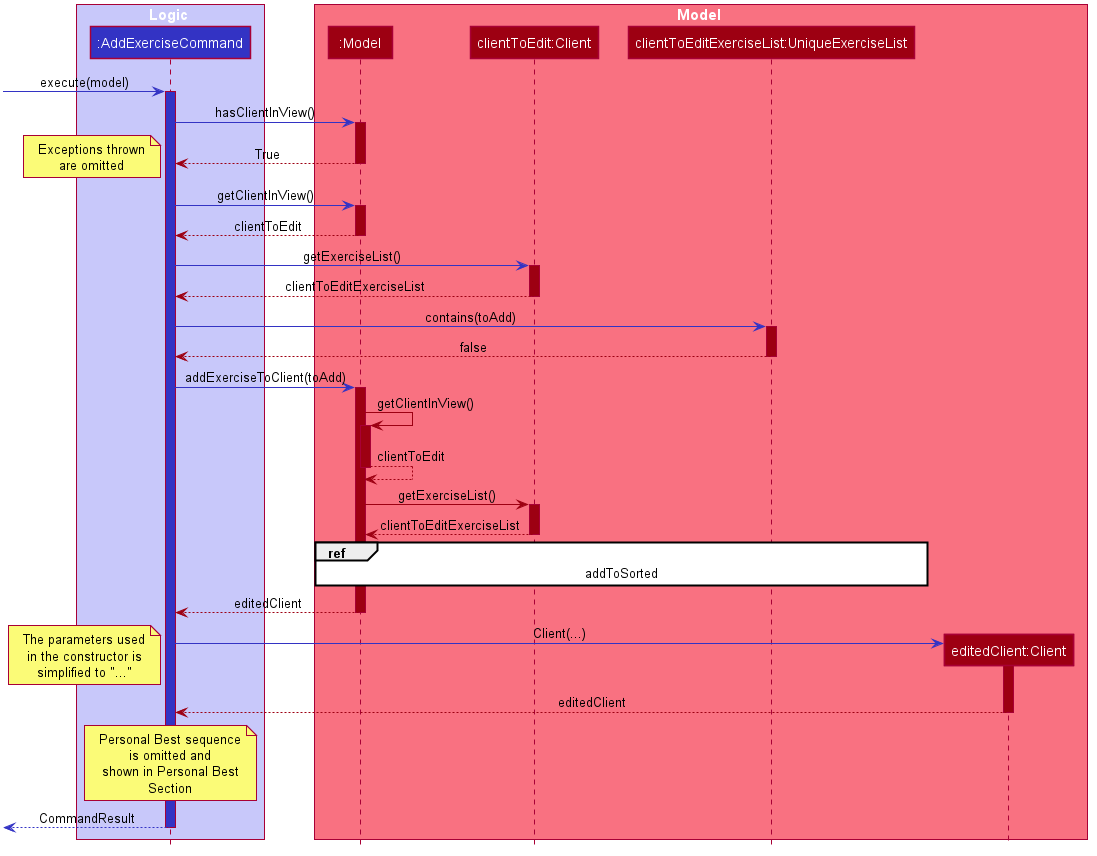
Above: docs/images/AddExerciseCommandSequenceDiagram.png in nus-cs2103-AY1920S2/addressbook-level3 (PlantUML), before the change.
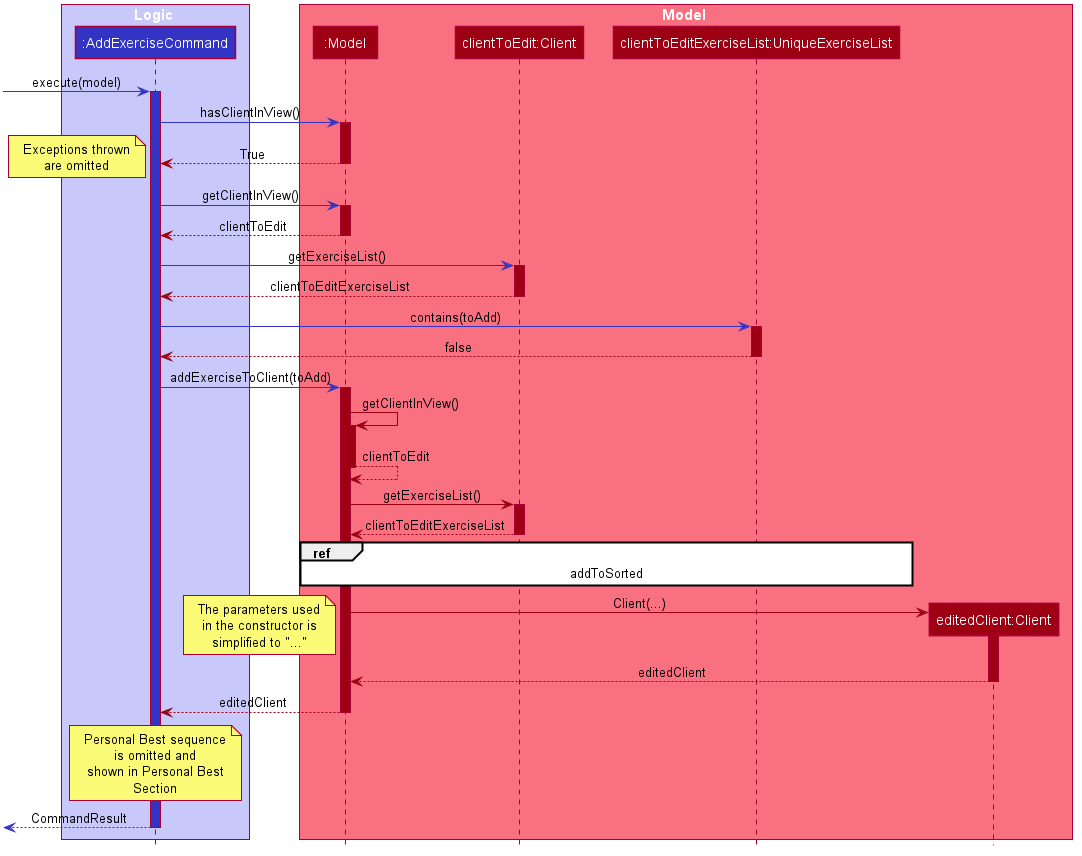
Above is the later version.

Commit message:
fix UML diagram

Change to the diagram source:
```diff
@@ -103,10 +103,7 @@
     addToSorted
 end ref
 
-model -[#9D0012]-> AddExerciseCommand : editedClient
-deactivate model
-
-AddExerciseCommand -[#3333C4]> client2 ** : Client(...)
+model -[#9D0012]> client2 ** : Client(...)
 note left
 The parameters used
 in the constructor is
@@ -114,8 +111,11 @@
 end note
 activate client2 #9D0012
 
-client2 --[#9D0012]> AddExerciseCommand : editedClient
+client2 --[#9D0012]> model : editedClient
 deactivate client2
+
+model -[#9D0012]-> AddExerciseCommand : editedClient
+deactivate model
 
 note over AddExerciseCommand
 Personal Best sequence
```
